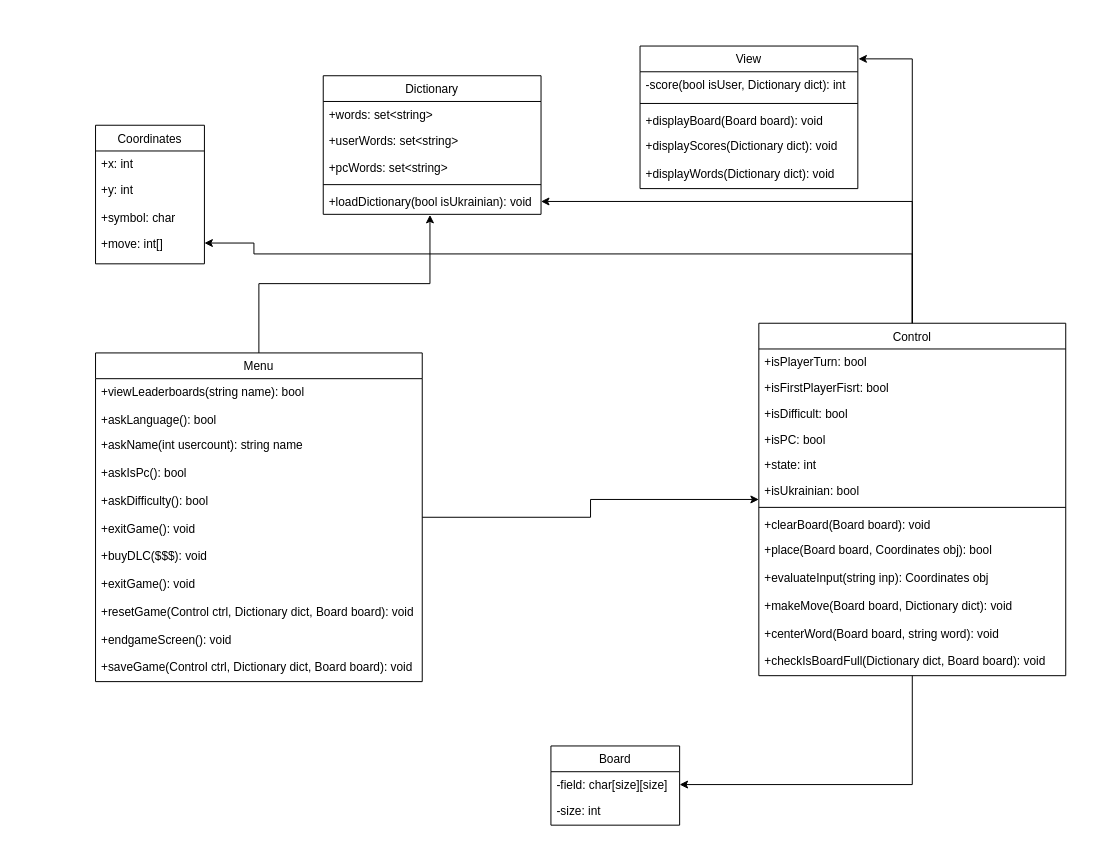
Above: diagrams/ClassDiagram.drawio in MrAnt22/Kings-balda (draw.io), before the change. Source tidied: cells renumbered, new cells numbered last; positions are measured from the earlier drawing's top-left corner, leaving out a move shared by most shapes. Both pictures are drawn from the tidied source at 99%, with x=0, y=0 at pixel (95, 46).
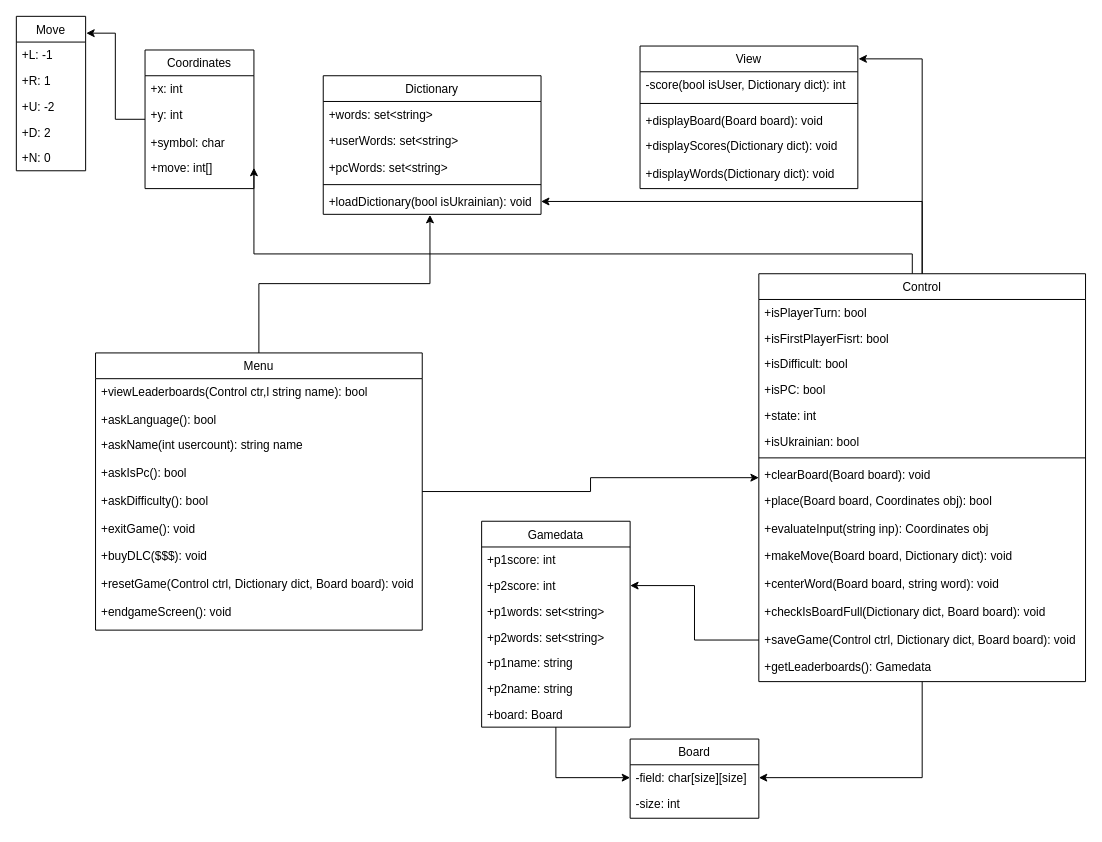
The same page after the edit.

The change refers to these unchanged cells:
```xml
<mxCell id="9" value="-field: char[size][size]" style="text;align=left;verticalAlign=top;spacingLeft=4;spacingRight=4;overflow=hidden;points=[[0,0.5],[1,0.5]];portConstraint=eastwest;" parent="8" vertex="1">
  <mxGeometry y="26" width="130" height="26" as="geometry" />
</mxCell>
```

What changed in the source:
```diff
@@
     <mxCell id="8" value="Board" style="swimlane;fontStyle=0;align=center;verticalAlign=top;horizontal=1;startSize=26;rounded=0;shadow=0;strokeWidth=1;" parent="1" vertex="1">
-      <mxGeometry x="460" y="707" width="130" height="80" as="geometry" />
+      <mxGeometry x="540" y="700" width="130" height="80" as="geometry" />
     </mxCell>
@@
     <mxCell id="11" value="Coordinates" style="swimlane;fontStyle=0;align=center;verticalAlign=top;horizontal=1;startSize=26;rounded=0;shadow=0;strokeWidth=1;" parent="1" vertex="1">
-      <mxGeometry y="80" width="110" height="140" as="geometry" />
+      <mxGeometry x="50" y="4" width="110" height="140" as="geometry" />
     </mxCell>
@@
     <mxCell id="25" value="Control&#10;" style="swimlane;fontStyle=0;align=center;verticalAlign=top;horizontal=1;startSize=26;rounded=0;shadow=0;strokeWidth=1;" parent="1" vertex="1">
-      <mxGeometry x="670" y="280" width="310" height="356" as="geometry" />
+      <mxGeometry x="670" y="230" width="330" height="412" as="geometry" />
     </mxCell>
     <mxCell id="26" value="+isPlayerTurn: bool" style="text;align=left;verticalAlign=top;spacingLeft=4;spacingRight=4;overflow=hidden;" parent="25" vertex="1">
-      <mxGeometry y="26" width="310" height="26" as="geometry" />
+      <mxGeometry y="26" width="330" height="26" as="geometry" />
     </mxCell>
     <mxCell id="27" value="+isFirstPlayerFisrt: bool" style="text;align=left;verticalAlign=top;spacingLeft=4;spacingRight=4;overflow=hidden;" parent="25" vertex="1">
-      <mxGeometry y="52" width="310" height="26" as="geometry" />
+      <mxGeometry y="52" width="330" height="26" as="geometry" />
     </mxCell>
     <mxCell id="28" value="+isDifficult: bool" style="text;align=left;verticalAlign=top;spacingLeft=4;spacingRight=4;overflow=hidden;" parent="25" vertex="1">
-      <mxGeometry y="78" width="310" height="26" as="geometry" />
+      <mxGeometry y="78" width="330" height="26" as="geometry" />
     </mxCell>
     <mxCell id="29" value="+isPC: bool" style="text;align=left;verticalAlign=top;spacingLeft=4;spacingRight=4;overflow=hidden;" parent="25" vertex="1">
-      <mxGeometry y="104" width="310" height="26" as="geometry" />
+      <mxGeometry y="104" width="330" height="26" as="geometry" />
     </mxCell>
     <mxCell id="30" value="+state: int" style="text;align=left;verticalAlign=top;spacingLeft=4;spacingRight=4;overflow=hidden;" parent="25" vertex="1">
-      <mxGeometry y="130" width="310" height="26" as="geometry" />
+      <mxGeometry y="130" width="330" height="26" as="geometry" />
     </mxCell>
     <mxCell id="31" value="+isUkrainian: bool" style="text;align=left;verticalAlign=top;spacingLeft=4;spacingRight=4;overflow=hidden;" parent="25" vertex="1">
-      <mxGeometry y="156" width="310" height="26" as="geometry" />
+      <mxGeometry y="156" width="330" height="26" as="geometry" />
     </mxCell>
     <mxCell id="32" style="line;html=1;strokeWidth=1;align=left;verticalAlign=middle;spacingTop=-1;spacingLeft=3;spacingRight=3;labelPosition=right;" parent="25" vertex="1">
-      <mxGeometry y="182" width="310" height="8" as="geometry" />
+      <mxGeometry y="182" width="330" height="8" as="geometry" />
     </mxCell>
     <mxCell id="33" value="+clearBoard(Board board): void" style="text;align=left;verticalAlign=top;spacingLeft=4;spacingRight=4;overflow=hidden;" parent="25" vertex="1">
-      <mxGeometry y="190" width="310" height="26" as="geometry" />
+      <mxGeometry y="190" width="330" height="26" as="geometry" />
     </mxCell>
     <mxCell id="34" value="+place(Board board, Coordinates obj): bool" style="text;align=left;verticalAlign=top;spacingLeft=4;spacingRight=4;overflow=hidden;" parent="25" vertex="1">
-      <mxGeometry y="216" width="310" height="28" as="geometry" />
+      <mxGeometry y="216" width="330" height="28" as="geometry" />
     </mxCell>
     <mxCell id="35" value="+evaluateInput(string inp): Coordinates obj" style="text;align=left;verticalAlign=top;spacingLeft=4;spacingRight=4;overflow=hidden;" parent="25" vertex="1">
-      <mxGeometry y="244" width="310" height="28" as="geometry" />
+      <mxGeometry y="244" width="330" height="28" as="geometry" />
     </mxCell>
     <mxCell id="36" value="+makeMove(Board board, Dictionary dict): void" style="text;align=left;verticalAlign=top;spacingLeft=4;spacingRight=4;overflow=hidden;" parent="25" vertex="1">
-      <mxGeometry y="272" width="310" height="28" as="geometry" />
+      <mxGeometry y="272" width="330" height="28" as="geometry" />
     </mxCell>
     <mxCell id="37" value="+centerWord(Board board, string word): void" style="text;align=left;verticalAlign=top;spacingLeft=4;spacingRight=4;overflow=hidden;" parent="25" vertex="1">
-      <mxGeometry y="300" width="310" height="28" as="geometry" />
+      <mxGeometry y="300" width="330" height="28" as="geometry" />
     </mxCell>
     <mxCell id="38" value="+checkIsBoardFull(Dictionary dict, Board board): void" style="text;align=left;verticalAlign=top;spacingLeft=4;spacingRight=4;overflow=hidden;" parent="25" vertex="1">
-      <mxGeometry y="328" width="310" height="28" as="geometry" />
+      <mxGeometry y="328" width="330" height="28" as="geometry" />
     </mxCell>
+    <mxCell id="51" value="+saveGame(Control ctrl, Dictionary dict, Board board): void" style="text;align=left;verticalAlign=top;spacingLeft=4;spacingRight=4;overflow=hidden;points=[[0,0.5],[1,0.5]];portConstraint=eastwest;" parent="25" vertex="1">
+      <mxGeometry y="356" width="330" height="28" as="geometry" />
+    </mxCell>
+    <mxCell id="54" value="+getLeaderboards(): Gamedata" style="text;align=left;verticalAlign=top;spacingLeft=4;spacingRight=4;overflow=hidden;" parent="25" vertex="1">
+      <mxGeometry y="384" width="330" height="28" as="geometry" />
+    </mxCell>
@@
     <mxCell id="40" value="Menu" style="swimlane;fontStyle=0;align=center;verticalAlign=top;horizontal=1;startSize=26;rounded=0;shadow=0;strokeWidth=1;" parent="1" vertex="1">
-      <mxGeometry y="310" width="330" height="332" as="geometry" />
+      <mxGeometry y="310" width="330" height="280" as="geometry" />
     </mxCell>
-    <mxCell id="41" value="+viewLeaderboards(string name): bool" style="text;align=left;verticalAlign=top;spacingLeft=4;spacingRight=4;overflow=hidden;" parent="40" vertex="1">
+    <mxCell id="41" value="+viewLeaderboards(Control ctr,l string name): bool" style="text;align=left;verticalAlign=top;spacingLeft=4;spacingRight=4;overflow=hidden;" parent="40" vertex="1">
       <mxGeometry y="26" width="330" height="28" as="geometry" />
     </mxCell>
@@
-    <mxCell id="48" value="+exitGame(): void" style="text;align=left;verticalAlign=top;spacingLeft=4;spacingRight=4;overflow=hidden;" parent="40" vertex="1">
-      <mxGeometry y="220" width="330" height="28" as="geometry" />
-    </mxCell>
     <mxCell id="49" value="+resetGame(Control ctrl, Dictionary dict, Board board): void" style="text;align=left;verticalAlign=top;spacingLeft=4;spacingRight=4;overflow=hidden;" parent="40" vertex="1">
-      <mxGeometry y="248" width="330" height="28" as="geometry" />
+      <mxGeometry y="220" width="330" height="28" as="geometry" />
     </mxCell>
     <mxCell id="50" value="+endgameScreen(): void" style="text;align=left;verticalAlign=top;spacingLeft=4;spacingRight=4;overflow=hidden;" parent="40" vertex="1">
-      <mxGeometry y="276" width="330" height="28" as="geometry" />
+      <mxGeometry y="248" width="330" height="28" as="geometry" />
     </mxCell>
-    <mxCell id="51" value="+saveGame(Control ctrl, Dictionary dict, Board board): void" style="text;align=left;verticalAlign=top;spacingLeft=4;spacingRight=4;overflow=hidden;points=[[0,0.5],[1,0.5]];portConstraint=eastwest;" parent="40" vertex="1">
-      <mxGeometry y="304" width="330" height="28" as="geometry" />
-    </mxCell>
@@
+    <mxCell id="55" style="edgeStyle=orthogonalEdgeStyle;rounded=0;jettySize=auto;html=1;entryX=0;entryY=0.5;entryDx=0;entryDy=0;" parent="1" edge="1" source="56" target="9">
+      <mxGeometry relative="1" as="geometry" />
+    </mxCell>
+    <mxCell id="56" value="Gamedata" style="swimlane;fontStyle=0;align=center;verticalAlign=top;horizontal=1;startSize=26;rounded=0;shadow=0;strokeWidth=1;" parent="1" vertex="1">
+      <mxGeometry x="390" y="480" width="150" height="208" as="geometry" />
+    </mxCell>
+    <mxCell id="57" value="+p1score: int" style="text;align=left;verticalAlign=top;spacingLeft=4;spacingRight=4;overflow=hidden;" parent="56" vertex="1">
+      <mxGeometry y="26" width="150" height="26" as="geometry" />
+    </mxCell>
+    <mxCell id="58" value="+p2score: int" style="text;align=left;verticalAlign=top;spacingLeft=4;spacingRight=4;overflow=hidden;points=[[0,0.5],[1,0.5]];portConstraint=eastwest;rounded=0;shadow=0;html=0;" parent="56" vertex="1">
+      <mxGeometry y="52" width="150" height="26" as="geometry" />
+    </mxCell>
+    <mxCell id="59" value="+p1words: set&lt;string&gt;" style="text;align=left;verticalAlign=top;spacingLeft=4;spacingRight=4;overflow=hidden;rounded=0;shadow=0;html=0;" parent="56" vertex="1">
+      <mxGeometry y="78" width="150" height="26" as="geometry" />
+    </mxCell>
+    <mxCell id="60" value="+p2words: set&lt;string&gt;" style="text;align=left;verticalAlign=top;spacingLeft=4;spacingRight=4;overflow=hidden;rounded=0;shadow=0;html=0;" parent="56" vertex="1">
+      <mxGeometry y="104" width="150" height="26" as="geometry" />
+    </mxCell>
+    <mxCell id="61" value="+p1name: string" style="text;align=left;verticalAlign=top;spacingLeft=4;spacingRight=4;overflow=hidden;rounded=0;shadow=0;html=0;" parent="56" vertex="1">
+      <mxGeometry y="130" width="150" height="26" as="geometry" />
+    </mxCell>
+    <mxCell id="62" value="+p2name: string" style="text;align=left;verticalAlign=top;spacingLeft=4;spacingRight=4;overflow=hidden;" parent="56" vertex="1">
+      <mxGeometry y="156" width="150" height="26" as="geometry" />
+    </mxCell>
+    <mxCell id="63" value="+board: Board" style="text;align=left;verticalAlign=top;spacingLeft=4;spacingRight=4;overflow=hidden;" parent="56" vertex="1">
+      <mxGeometry y="182" width="150" height="26" as="geometry" />
+    </mxCell>
+    <mxCell id="64" style="edgeStyle=orthogonalEdgeStyle;rounded=0;jettySize=auto;html=1;entryX=1;entryY=0.5;entryDx=0;entryDy=0;" parent="1" edge="1" source="51" target="58">
+      <mxGeometry relative="1" as="geometry" />
+    </mxCell>
+    <mxCell id="65" value="Move" style="swimlane;fontStyle=0;align=center;verticalAlign=top;horizontal=1;startSize=26;rounded=0;shadow=0;strokeWidth=1;" parent="1" vertex="1">
+      <mxGeometry x="-80" y="-30" width="70" height="156" as="geometry" />
+    </mxCell>
+    <mxCell id="66" value="+L: -1" style="text;align=left;verticalAlign=top;spacingLeft=4;spacingRight=4;overflow=hidden;" parent="65" vertex="1">
+      <mxGeometry y="26" width="70" height="26" as="geometry" />
+    </mxCell>
+    <mxCell id="67" value="+R: 1" style="text;align=left;verticalAlign=top;spacingLeft=4;spacingRight=4;overflow=hidden;" parent="65" vertex="1">
+      <mxGeometry y="52" width="70" height="26" as="geometry" />
+    </mxCell>
+    <mxCell id="68" value="+U: -2" style="text;align=left;verticalAlign=top;spacingLeft=4;spacingRight=4;overflow=hidden;" parent="65" vertex="1">
+      <mxGeometry y="78" width="70" height="26" as="geometry" />
+    </mxCell>
+    <mxCell id="69" value="+D: 2" style="text;align=left;verticalAlign=top;spacingLeft=4;spacingRight=4;overflow=hidden;" parent="65" vertex="1">
+      <mxGeometry y="104" width="70" height="26" as="geometry" />
+    </mxCell>
+    <mxCell id="70" value="+N: 0" style="text;align=left;verticalAlign=top;spacingLeft=4;spacingRight=4;overflow=hidden;" parent="65" vertex="1">
+      <mxGeometry y="130" width="70" height="26" as="geometry" />
+    </mxCell>
+    <mxCell id="71" style="edgeStyle=orthogonalEdgeStyle;rounded=0;jettySize=auto;html=1;entryX=1.009;entryY=0.109;entryDx=0;entryDy=0;entryPerimeter=0;" parent="1" edge="1" source="11" target="65">
+      <mxGeometry relative="1" as="geometry" />
+    </mxCell>
```
